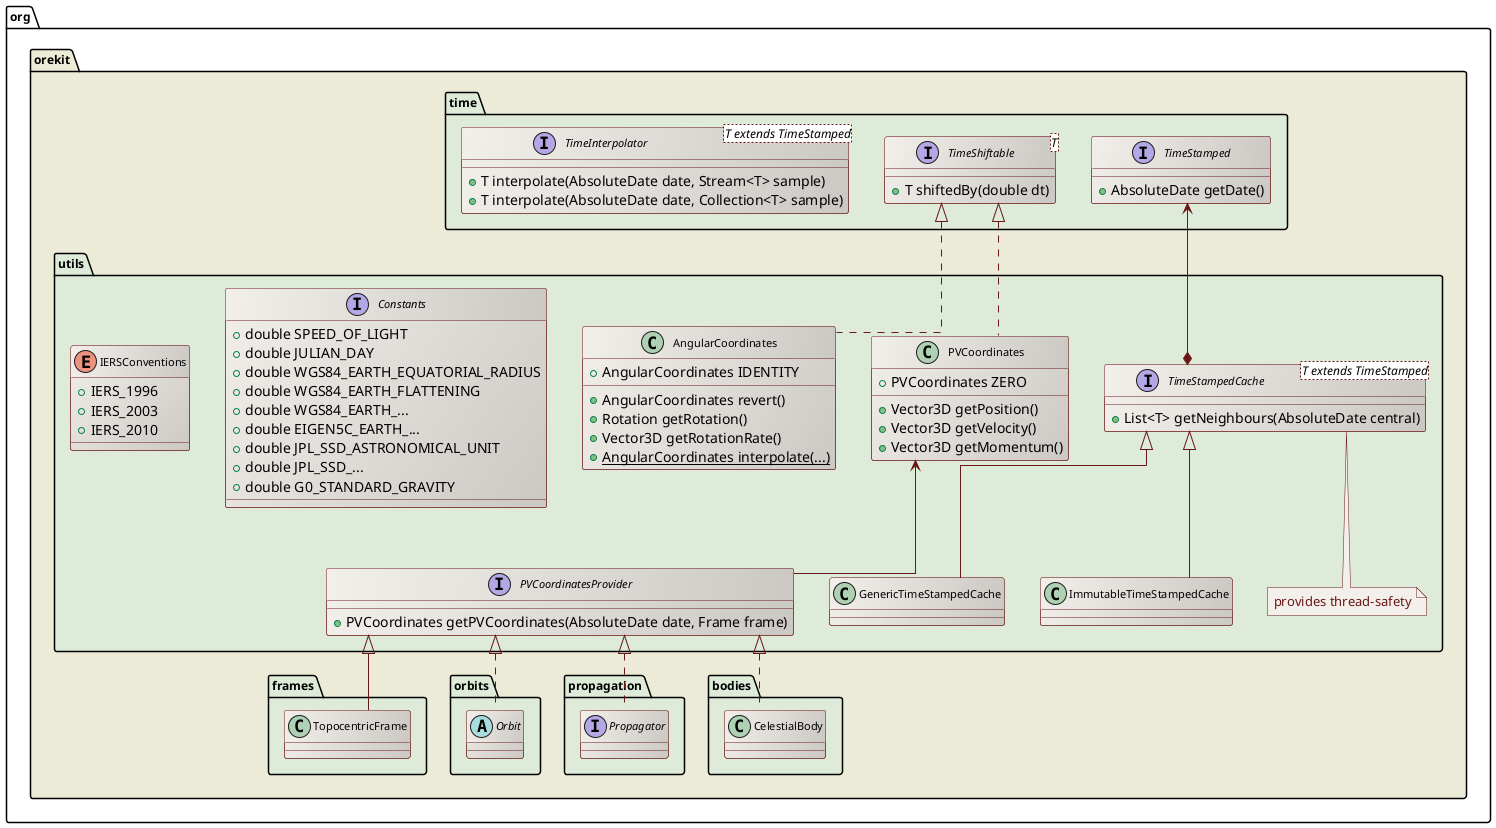
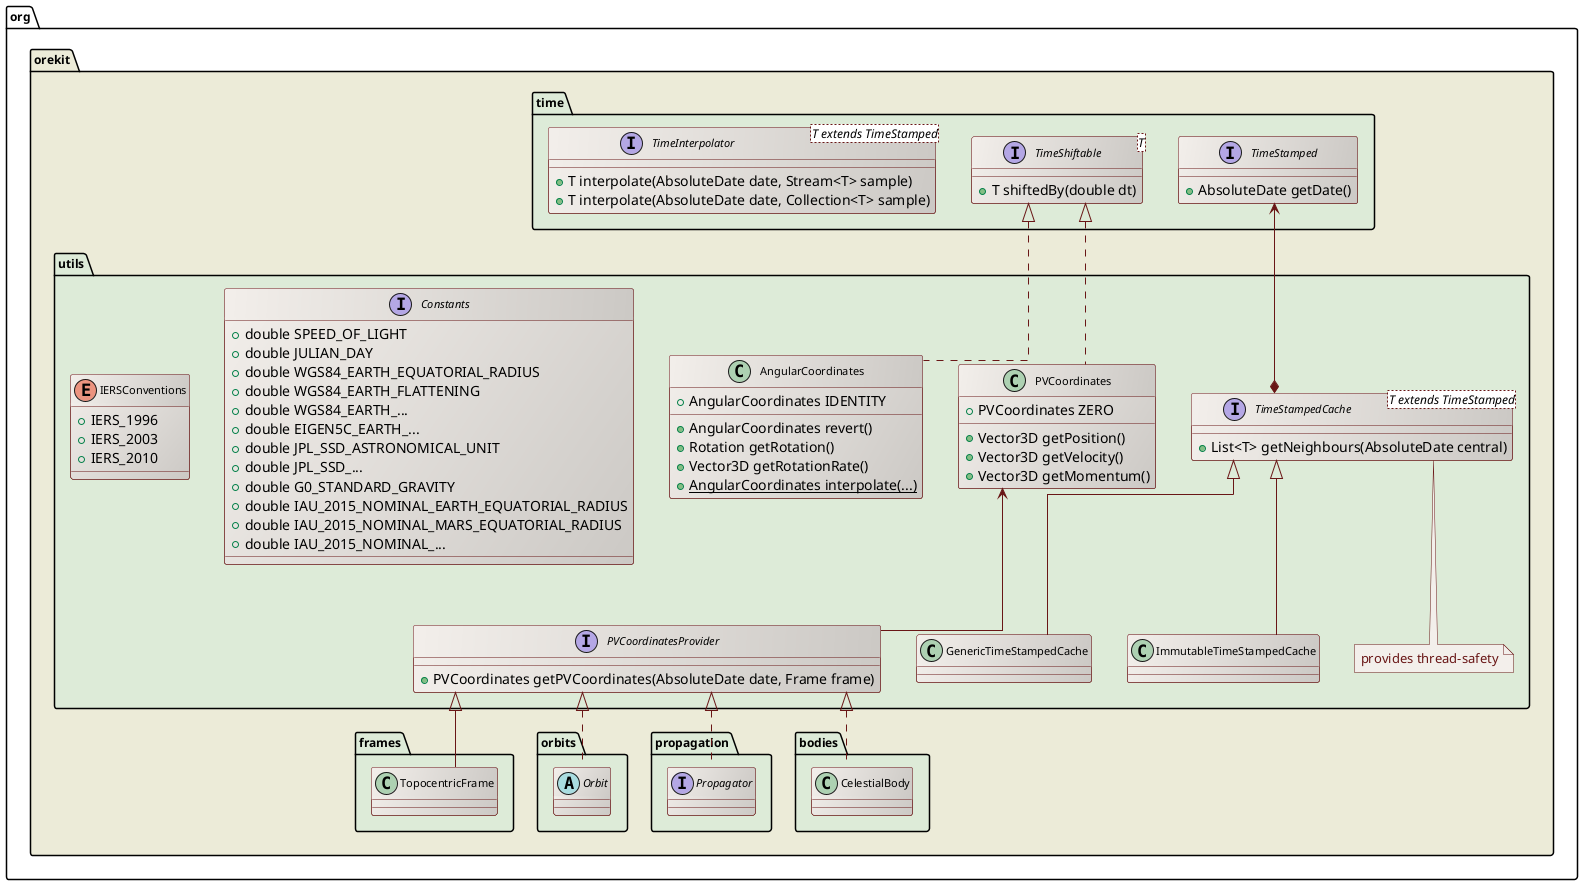
' Copyright 2002-2026 CS GROUP
' Licensed to CS GROUP (CS) under one or more
' contributor license agreements.  See the NOTICE file distributed with
' this work for additional information regarding copyright ownership.
' CS licenses this file to You under the Apache License, Version 2.0
' (the "License"); you may not use this file except in compliance with
' the License.  You may obtain a copy of the License at
'
'   http://www.apache.org/licenses/LICENSE-2.0
'
' Unless required by applicable law or agreed to in writing, software
' distributed under the License is distributed on an "AS IS" BASIS,
' WITHOUT WARRANTIES OR CONDITIONS OF ANY KIND, either express or implied.
' See the License for the specific language governing permissions and
' limitations under the License.

@startuml

  skinparam svek                  true
  skinparam ClassBackgroundColor  #F3EFEB/CCC9C5
  skinparam ClassArrowColor       #691616
  skinparam ClassBorderColor      #691616
  skinparam NoteBackgroundColor   #F3EFEB
  skinparam NoteBorderColor       #691616
  skinparam NoteFontColor         #691616
  skinparam ClassFontSize         11
  skinparam PackageFontSize       12
  skinparam linetype              ortho

  package org.orekit #ECEBD8 {

    package time #DDEBD8 {
      interface TimeStamped {
        +AbsoluteDate getDate()
      }
      interface "TimeShiftable<T>" as TimeShiftable_T_ {
        +T shiftedBy(double dt)
      }
      interface "TimeInterpolator<T extends TimeStamped>" as TimeInterpolable_T_ {
        +T interpolate(AbsoluteDate date, Stream<T> sample)
        +T interpolate(AbsoluteDate date, Collection<T> sample)
      }
    }

    package utils #DDEBD8 {

      interface "TimeStampedCache<T extends TimeStamped>" as TimeStamptedCache_T_ {
        +List<T> getNeighbours(AbsoluteDate central)
      }
      note bottom
        provides thread-safety
      end note
      TimeStamped <--* TimeStamptedCache_T_
       TimeStamptedCache_T_ <|-- GenericTimeStampedCache
       TimeStamptedCache_T_ <|-- ImmutableTimeStampedCache

      class PVCoordinates {
        +PVCoordinates ZERO
        +Vector3D getPosition()
        +Vector3D getVelocity()
        +Vector3D getMomentum()
      }

      interface PVCoordinatesProvider {
        +PVCoordinates getPVCoordinates(AbsoluteDate date, Frame frame)
      }

      class AngularCoordinates {
        +AngularCoordinates IDENTITY
        +AngularCoordinates revert()
        +Rotation getRotation()
        +Vector3D getRotationRate()
        +{static} AngularCoordinates interpolate(...)
      }

      PVCoordinatesProvider -up-> PVCoordinates
      TimeShiftable_T_      <|..  PVCoordinates
      TimeShiftable_T_      <|..  AngularCoordinates

      interface Constants {
        +double SPEED_OF_LIGHT
        +double JULIAN_DAY
        +double WGS84_EARTH_EQUATORIAL_RADIUS
        +double WGS84_EARTH_FLATTENING
        +double WGS84_EARTH_...
        +double EIGEN5C_EARTH_...
        +double JPL_SSD_ASTRONOMICAL_UNIT
        +double JPL_SSD_...
        +double G0_STANDARD_GRAVITY
+         +double IAU_2015_NOMINAL_EARTH_EQUATORIAL_RADIUS
+         +double IAU_2015_NOMINAL_MARS_EQUATORIAL_RADIUS
+         +double IAU_2015_NOMINAL_...
      }

      enum IERSConventions {
        +IERS_1996
        +IERS_2003
        +IERS_2010
      }

    }

    package frames #DDEBD8 {
      class TopocentricFrame
      PVCoordinatesProvider <|-- TopocentricFrame
   }

    package orbits #DDEBD8 {
      abstract class Orbit
      PVCoordinatesProvider <|.. Orbit
    }

    package propagation #DDEBD8 {
      interface Propagator
      PVCoordinatesProvider <|.. Propagator
    }

    package bodies #DDEBD8 {
      class CelestialBody
      PVCoordinatesProvider <|.. CelestialBody
    }

 }

@enduml
